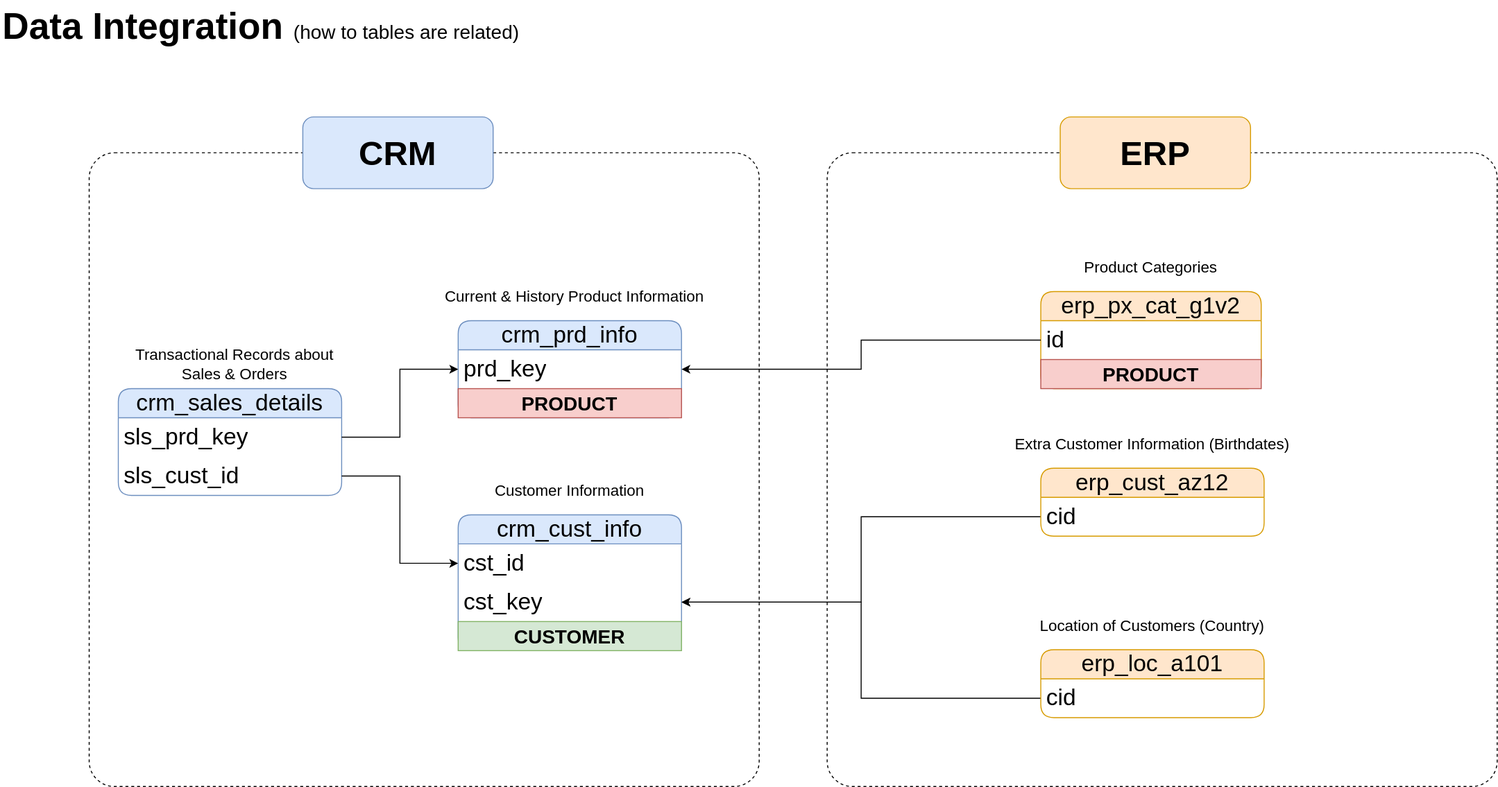
Before: docs/data_integration.drawio.svg, a diagram exported from draw.io (T0bbuT/snowflake-dwh-lab). Source tidied: cells renumbered, new cells last; positions are measured from the earlier drawing's top-left corner, leaving out a move shared by most shapes.
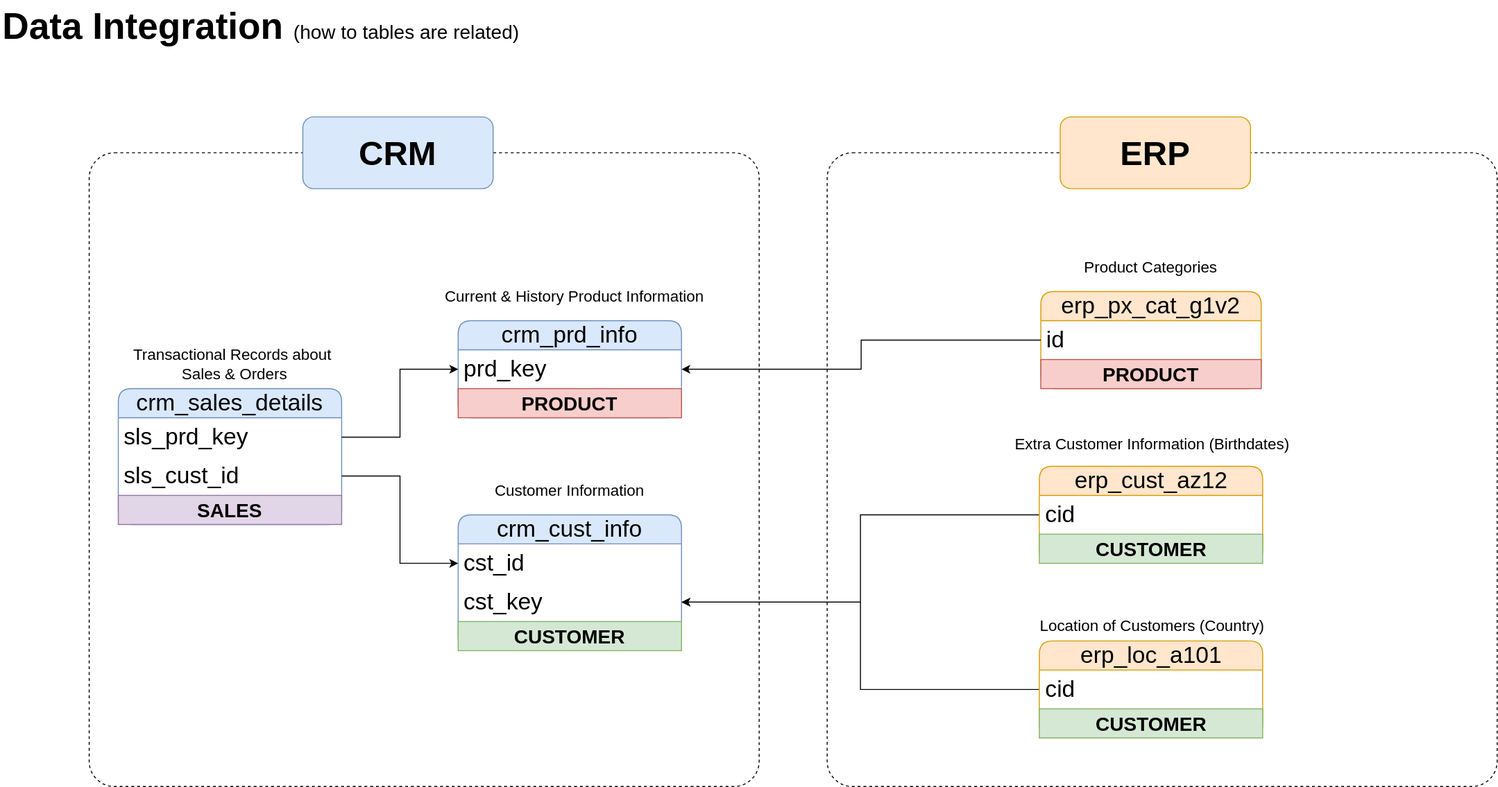
After the commit.

Commit message:
docs: 各テーブルのカテゴリラベルを追加

Change to the diagram source:
```diff
@@ -45,7 +45,7 @@
       <mxGeometry x="101" y="360" width="280" height="130" as="geometry" />
     </mxCell>
     <mxCell id="16" value="crm_sales_details" style="swimlane;fontStyle=0;horizontal=1;startSize=30;whiteSpace=wrap;html=1;rounded=1;fontSize=24;fillColor=#dae8fc;strokeColor=#6c8ebf;" parent="15" vertex="1">
-      <mxGeometry x="20" y="40" width="230" height="110" as="geometry" />
+      <mxGeometry x="20" y="40" width="230" height="140" as="geometry" />
     </mxCell>
     <mxCell id="17" value="sls_prd_key" style="text;strokeColor=none;fillColor=none;align=left;verticalAlign=middle;spacingLeft=4;spacingRight=4;overflow=hidden;points=[[0,0.5],[1,0.5]];portConstraint=eastwest;whiteSpace=wrap;html=1;fontSize=24;" parent="16" vertex="1">
       <mxGeometry y="30" width="230" height="40" as="geometry" />
@@ -53,6 +53,9 @@
     <mxCell id="18" value="sls_cust_id" style="text;strokeColor=none;fillColor=none;align=left;verticalAlign=middle;spacingLeft=4;spacingRight=4;overflow=hidden;points=[[0,0.5],[1,0.5]];portConstraint=eastwest;whiteSpace=wrap;html=1;fontSize=24;" parent="16" vertex="1">
       <mxGeometry y="70" width="230" height="40" as="geometry" />
     </mxCell>
+    <mxCell id="40" value="&lt;b&gt;SALES&lt;/b&gt;" style="text;html=1;strokeColor=#9673a6;fillColor=#e1d5e7;align=center;verticalAlign=middle;whiteSpace=wrap;overflow=hidden;fontSize=20;" parent="16" vertex="1">
+      <mxGeometry y="110" width="230" height="30" as="geometry" />
+    </mxCell>
     <mxCell id="19" value="Transactional Records about&amp;nbsp;&lt;div&gt;Sales &amp;amp; Orders&lt;/div&gt;" style="rounded=0;whiteSpace=wrap;html=1;fillColor=none;strokeColor=none;fontSize=16;" parent="15" vertex="1">
       <mxGeometry width="280" height="30" as="geometry" />
     </mxCell>
@@ -86,35 +89,35 @@
     <mxCell id="29" style="edgeStyle=orthogonalEdgeStyle;rounded=0;jettySize=auto;html=1;entryX=1;entryY=0.5;entryDx=0;entryDy=0;" parent="1" edge="1" source="26" target="12">
       <mxGeometry relative="1" as="geometry" />
     </mxCell>
-    <mxCell id="30" style="edgeStyle=orthogonalEdgeStyle;rounded=0;jettySize=auto;html=1;entryX=1;entryY=0.5;entryDx=0;entryDy=0;" parent="1" edge="1" source="39" target="7">
+    <mxCell id="30" style="edgeStyle=orthogonalEdgeStyle;rounded=0;jettySize=auto;html=1;entryX=1;entryY=0.5;entryDx=0;entryDy=0;exitX=0;exitY=0.5;exitDx=0;exitDy=0;" parent="1" edge="1" source="43" target="7">
       <mxGeometry relative="1" as="geometry" />
     </mxCell>
     <mxCell id="31" value="Extra Customer Information (Birthdates)" style="rounded=0;whiteSpace=wrap;html=1;fillColor=none;strokeColor=none;fontSize=16;" parent="1" vertex="1">
       <mxGeometry x="1041" y="442" width="290" height="30" as="geometry" />
     </mxCell>
-    <mxCell id="32" style="edgeStyle=orthogonalEdgeStyle;rounded=0;jettySize=auto;html=1;entryX=1;entryY=0.5;entryDx=0;entryDy=0;" parent="1" edge="1" source="35" target="7">
+    <mxCell id="32" style="edgeStyle=orthogonalEdgeStyle;rounded=0;jettySize=auto;html=1;entryX=1;entryY=0.5;entryDx=0;entryDy=0;exitX=0;exitY=0.5;exitDx=0;exitDy=0;" parent="1" edge="1" source="41" target="7">
       <mxGeometry relative="1" as="geometry" />
     </mxCell>
-    <mxCell id="33" style="group;" parent="1" vertex="1">
-      <mxGeometry x="1071" y="482" width="230" height="100" as="geometry" />
-    </mxCell>
+    <mxCell id="36" value="Location of Customers (Country)" style="rounded=0;whiteSpace=wrap;html=1;fillColor=none;strokeColor=none;fontSize=16;" parent="1" vertex="1">
+      <mxGeometry x="1041" y="629" width="290" height="30" as="geometry" />
+    </mxCell>
-    <mxCell id="34" value="erp_cust_az12" style="swimlane;fontStyle=0;horizontal=1;startSize=30;whiteSpace=wrap;html=1;rounded=1;fontSize=24;fillColor=#ffe6cc;strokeColor=#d79b00;" parent="33" vertex="1">
-      <mxGeometry width="230" height="70" as="geometry" />
+    <mxCell id="34" value="erp_cust_az12" style="swimlane;fontStyle=0;horizontal=1;startSize=30;whiteSpace=wrap;html=1;rounded=1;fontSize=24;fillColor=#ffe6cc;strokeColor=#d79b00;" parent="1" vertex="1">
+      <mxGeometry x="1069.5" y="480" width="230" height="100" as="geometry" />
     </mxCell>
-    <mxCell id="35" value="cid" style="text;strokeColor=none;fillColor=none;align=left;verticalAlign=middle;spacingLeft=4;spacingRight=4;overflow=hidden;points=[[0,0.5],[1,0.5]];portConstraint=eastwest;whiteSpace=wrap;html=1;fontSize=24;" parent="33" vertex="1">
-      <mxGeometry y="30" width="230" height="40" as="geometry" />
-    </mxCell>
-    <mxCell id="36" value="Location of Customers (Country)" style="rounded=0;whiteSpace=wrap;html=1;fillColor=none;strokeColor=none;fontSize=16;" parent="1" vertex="1">
-      <mxGeometry x="1041" y="629" width="290" height="30" as="geometry" />
-    </mxCell>
-    <mxCell id="37" style="group;" parent="1" vertex="1">
-      <mxGeometry x="1071" y="669" width="230" height="81" as="geometry" />
-    </mxCell>
+    <mxCell id="41" value="cid" style="text;strokeColor=none;fillColor=none;align=left;verticalAlign=middle;spacingLeft=4;spacingRight=4;overflow=hidden;points=[[0,0.5],[1,0.5]];portConstraint=eastwest;whiteSpace=wrap;html=1;fontSize=24;" parent="34" vertex="1">
+      <mxGeometry y="30" width="230" height="40" as="geometry" />
+    </mxCell>
+    <mxCell id="42" value="&lt;b&gt;CUSTOMER&lt;/b&gt;" style="text;html=1;strokeColor=#82b366;fillColor=#d5e8d4;align=center;verticalAlign=middle;whiteSpace=wrap;overflow=hidden;fontSize=20;" parent="34" vertex="1">
+      <mxGeometry y="70" width="230" height="30" as="geometry" />
+    </mxCell>
-    <mxCell id="38" value="erp_loc_a101" style="swimlane;fontStyle=0;horizontal=1;startSize=30;whiteSpace=wrap;html=1;rounded=1;fontSize=24;fillColor=#ffe6cc;strokeColor=#d79b00;" parent="37" vertex="1">
-      <mxGeometry width="230" height="70" as="geometry" />
+    <mxCell id="38" value="erp_loc_a101" style="swimlane;fontStyle=0;horizontal=1;startSize=30;whiteSpace=wrap;html=1;rounded=1;fontSize=24;fillColor=#ffe6cc;strokeColor=#d79b00;" parent="1" vertex="1">
+      <mxGeometry x="1069.5" y="660" width="230" height="100" as="geometry" />
     </mxCell>
-    <mxCell id="39" value="cid" style="text;strokeColor=none;fillColor=none;align=left;verticalAlign=middle;spacingLeft=4;spacingRight=4;overflow=hidden;points=[[0,0.5],[1,0.5]];portConstraint=eastwest;whiteSpace=wrap;html=1;fontSize=24;" parent="37" vertex="1">
-      <mxGeometry y="30" width="230" height="40" as="geometry" />
-    </mxCell>
+    <mxCell id="43" value="cid" style="text;strokeColor=none;fillColor=none;align=left;verticalAlign=middle;spacingLeft=4;spacingRight=4;overflow=hidden;points=[[0,0.5],[1,0.5]];portConstraint=eastwest;whiteSpace=wrap;html=1;fontSize=24;" parent="38" vertex="1">
+      <mxGeometry y="30" width="230" height="40" as="geometry" />
+    </mxCell>
+    <mxCell id="44" value="&lt;b&gt;CUSTOMER&lt;/b&gt;" style="text;html=1;strokeColor=#82b366;fillColor=#d5e8d4;align=center;verticalAlign=middle;whiteSpace=wrap;overflow=hidden;fontSize=20;" parent="38" vertex="1">
+      <mxGeometry y="70" width="230" height="30" as="geometry" />
+    </mxCell>
   </root>
 </mxGraphModel>
```
